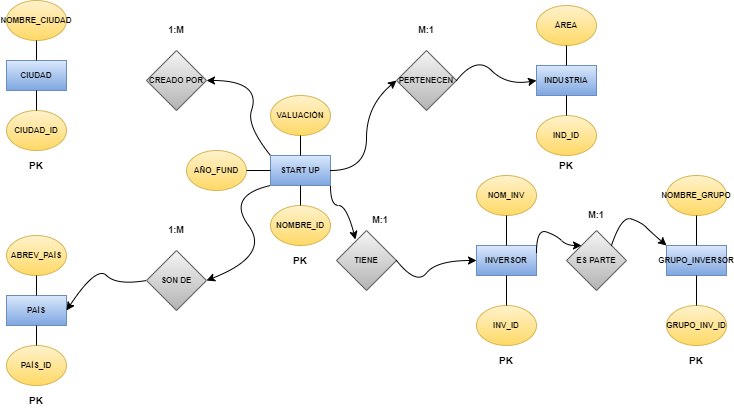
Before: D4_ERD1.png, a diagram exported from draw.io (rakzw/Demo2). Source tidied: cells renumbered, new cells last; positions are measured from the earlier drawing's top-left corner, leaving out a move shared by most shapes.
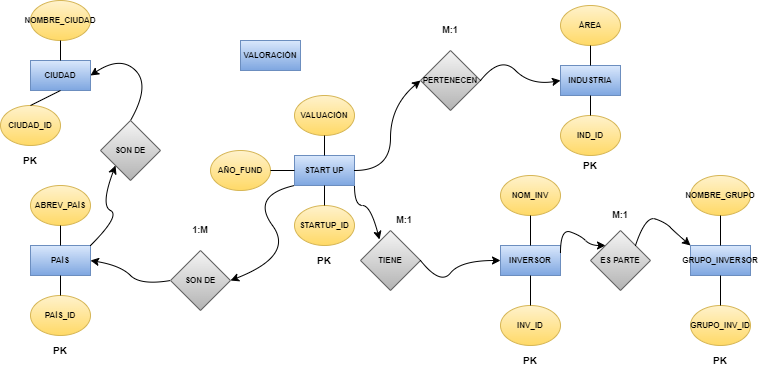
After the change.

Diff of the diagram source:
```diff
@@ -12,9 +12,9 @@
       <mxGeometry x="264" y="155" width="60" height="30" as="geometry" />
     </mxCell>
     <mxCell id="5" value="PAÍS" style="rounded=0;whiteSpace=wrap;html=1;fontSize=8;fontStyle=1;fillColor=#dae8fc;strokeColor=#6c8ebf;gradientColor=#7ea6e0;fontColor=#000000;" parent="1" vertex="1">
-      <mxGeometry y="295" width="60" height="30" as="geometry" />
+      <mxGeometry y="245" width="60" height="30" as="geometry" />
     </mxCell>
-    <mxCell id="6" value="NOMBRE_ID" style="ellipse;whiteSpace=wrap;html=1;fontSize=8;fillColor=#fff2cc;strokeColor=#d6b656;gradientColor=#ffd966;fontStyle=1;" parent="1" vertex="1">
+    <mxCell id="6" value="STARTUP_ID" style="ellipse;whiteSpace=wrap;html=1;fontSize=8;fillColor=#fff2cc;strokeColor=#d6b656;gradientColor=#ffd966;fontStyle=1;" parent="1" vertex="1">
       <mxGeometry x="264" y="205" width="60" height="40" as="geometry" />
     </mxCell>
     <mxCell id="7" value="IND_ID" style="ellipse;whiteSpace=wrap;html=1;fontSize=8;fillColor=#fff2cc;strokeColor=#d6b656;gradientColor=#ffd966;fontStyle=1;" parent="1" vertex="1">
@@ -24,11 +24,8 @@
       <mxGeometry x="470" y="305" width="60" height="40" as="geometry" />
     </mxCell>
     <mxCell id="9" value="PAÍS_ID" style="ellipse;whiteSpace=wrap;html=1;fontSize=8;fillColor=#fff2cc;strokeColor=#d6b656;gradientColor=#ffd966;fontStyle=1;" parent="1" vertex="1">
-      <mxGeometry y="345" width="60" height="40" as="geometry" />
+      <mxGeometry y="295" width="60" height="40" as="geometry" />
     </mxCell>
-    <mxCell id="10" value="CREADO POR" style="rhombus;whiteSpace=wrap;html=1;fontSize=8;fillColor=#f5f5f5;gradientColor=#b3b3b3;strokeColor=#666666;fontStyle=1;" parent="1" vertex="1">
-      <mxGeometry x="140" y="50" width="60" height="60" as="geometry" />
-    </mxCell>
     <mxCell id="11" value="SON DE" style="rhombus;whiteSpace=wrap;html=1;fontSize=8;fillColor=#f5f5f5;gradientColor=#b3b3b3;strokeColor=#666666;fontStyle=1;" parent="1" vertex="1">
       <mxGeometry x="140" y="250" width="60" height="60" as="geometry" />
     </mxCell>
@@ -42,11 +39,8 @@
       <mxGeometry x="264" y="95" width="60" height="40" as="geometry" />
     </mxCell>
     <mxCell id="15" value="ABREV_PAÍS" style="ellipse;whiteSpace=wrap;html=1;fontSize=8;fillColor=#fff2cc;strokeColor=#d6b656;gradientColor=#ffd966;fontStyle=1;" parent="1" vertex="1">
-      <mxGeometry y="235" width="60" height="40" as="geometry" />
+      <mxGeometry y="185" width="60" height="40" as="geometry" />
     </mxCell>
-    <mxCell id="16" value="1:M" style="text;html=1;strokeColor=none;fillColor=none;align=center;verticalAlign=middle;whiteSpace=wrap;rounded=0;fontSize=9;fontColor=#000000;fontStyle=1;" parent="1" vertex="1">
-      <mxGeometry x="140" y="15" width="60" height="30" as="geometry" />
-    </mxCell>
     <mxCell id="17" value="M:1" style="text;html=1;strokeColor=none;fillColor=none;align=center;verticalAlign=middle;whiteSpace=wrap;rounded=0;fontSize=9;fontColor=#000000;fontStyle=1;" parent="1" vertex="1">
       <mxGeometry x="390" y="15" width="60" height="30" as="geometry" />
     </mxCell>
@@ -86,15 +80,6 @@
     <mxCell id="29" style="endArrow=none;html=1;rounded=0;fontSize=9;fontColor=#000000;entryX=0.5;entryY=1;entryDx=0;entryDy=0;exitX=0.5;exitY=0;exitDx=0;exitDy=0;" parent="1" edge="1" source="8" target="2">
       <mxGeometry relative="1" as="geometry" />
     </mxCell>
-    <mxCell id="30" style="endArrow=classic;html=1;fontSize=9;fontColor=#000000;curved=1;entryX=1;entryY=0.5;entryDx=0;entryDy=0;exitX=0;exitY=0;exitDx=0;exitDy=0;" parent="1" edge="1" source="4" target="10">
-      <mxGeometry relative="1" as="geometry">
-        <Array as="points">
-          <mxPoint x="240" y="125" />
-          <mxPoint x="250" y="95" />
-          <mxPoint x="230" y="80" />
-        </Array>
-      </mxGeometry>
-    </mxCell>
     <mxCell id="31" style="curved=1;endArrow=classic;html=1;fontSize=9;fontColor=#000000;exitX=0;exitY=1;exitDx=0;exitDy=0;entryX=1;entryY=0.5;entryDx=0;entryDy=0;" parent="1" edge="1" source="4" target="11">
       <mxGeometry relative="1" as="geometry">
         <Array as="points">
@@ -144,7 +129,7 @@
       </mxGeometry>
     </mxCell>
     <mxCell id="37" value="PK" style="text;html=1;strokeColor=none;fillColor=none;align=center;verticalAlign=middle;whiteSpace=wrap;rounded=0;fontSize=10;fontStyle=1;" parent="1" vertex="1">
-      <mxGeometry y="385" width="60" height="30" as="geometry" />
+      <mxGeometry y="335" width="60" height="30" as="geometry" />
     </mxCell>
     <mxCell id="38" value="PK" style="text;html=1;strokeColor=none;fillColor=none;align=center;verticalAlign=middle;whiteSpace=wrap;rounded=0;fontSize=10;fontStyle=1;" parent="1" vertex="1">
       <mxGeometry x="530" y="150" width="60" height="30" as="geometry" />
@@ -207,7 +192,7 @@
       <mxGeometry y="60" width="60" height="30" as="geometry" />
     </mxCell>
     <mxCell id="54" value="CIUDAD_ID" style="ellipse;whiteSpace=wrap;html=1;fontSize=8;fillColor=#fff2cc;strokeColor=#d6b656;gradientColor=#ffd966;fontStyle=1;" parent="1" vertex="1">
-      <mxGeometry y="110" width="60" height="40" as="geometry" />
+      <mxGeometry x="-30" y="105" width="60" height="40" as="geometry" />
     </mxCell>
     <mxCell id="55" value="NOMBRE_CIUDAD" style="ellipse;whiteSpace=wrap;html=1;fontSize=8;fillColor=#fff2cc;strokeColor=#d6b656;gradientColor=#ffd966;fontStyle=1;" parent="1" vertex="1">
       <mxGeometry width="60" height="40" as="geometry" />
@@ -219,7 +204,29 @@
       <mxGeometry relative="1" as="geometry" />
     </mxCell>
     <mxCell id="58" value="PK" style="text;html=1;strokeColor=none;fillColor=none;align=center;verticalAlign=middle;whiteSpace=wrap;rounded=0;fontSize=10;fontStyle=1;" parent="1" vertex="1">
-      <mxGeometry y="150" width="60" height="30" as="geometry" />
+      <mxGeometry x="-30" y="145" width="60" height="30" as="geometry" />
     </mxCell>
+    <mxCell id="59" style="endArrow=classic;html=1;fontSize=9;fontColor=#000000;curved=1;entryX=1;entryY=0.5;entryDx=0;entryDy=0;exitX=0.5;exitY=0;exitDx=0;exitDy=0;" parent="1" edge="1" source="60" target="53">
+      <mxGeometry relative="1" as="geometry">
+        <Array as="points">
+          <mxPoint x="120" y="85" />
+          <mxPoint x="90" y="55" />
+        </Array>
+      </mxGeometry>
+    </mxCell>
+    <mxCell id="60" value="SON DE" style="rhombus;whiteSpace=wrap;html=1;fontSize=8;fillColor=#f5f5f5;gradientColor=#b3b3b3;strokeColor=#666666;fontStyle=1;" parent="1" vertex="1">
+      <mxGeometry x="70" y="120" width="60" height="60" as="geometry" />
+    </mxCell>
+    <mxCell id="61" style="endArrow=classic;html=1;fontSize=9;fontColor=#000000;curved=1;entryX=0;entryY=1;entryDx=0;entryDy=0;exitX=1;exitY=0;exitDx=0;exitDy=0;" parent="1" edge="1" source="5" target="60">
+      <mxGeometry relative="1" as="geometry">
+        <Array as="points">
+          <mxPoint x="90" y="215" />
+          <mxPoint x="70" y="205" />
+        </Array>
+      </mxGeometry>
+    </mxCell>
+    <mxCell id="62" value="VALORACIÓN" style="rounded=0;whiteSpace=wrap;html=1;fontSize=8;fontStyle=1;fillColor=#dae8fc;strokeColor=#6c8ebf;gradientColor=#7ea6e0;fontColor=#000000;" parent="1" vertex="1">
+      <mxGeometry x="210" y="40" width="60" height="30" as="geometry" />
+    </mxCell>
   </root>
 </mxGraphModel>
```
